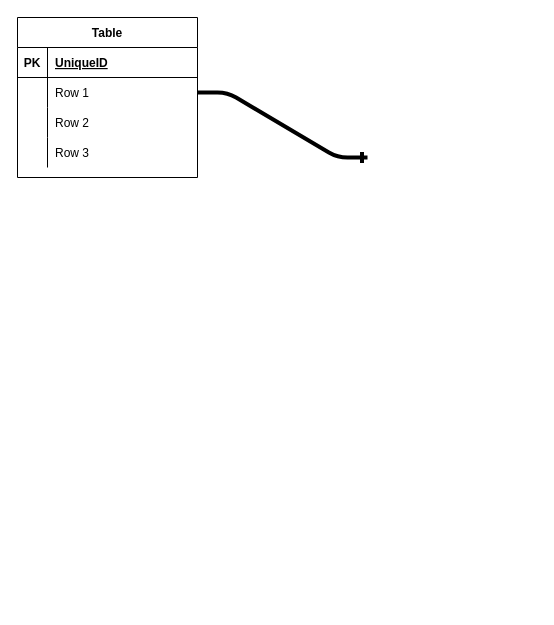
Above: Untitled Diagram.drawio in alan-mak/LiteVote (draw.io), before the change. Source tidied: cells renumbered, new cells numbered last; positions are measured from the earlier drawing's top-left corner, leaving out a move shared by most shapes. Both pictures are drawn from the tidied source at 100%, with x=0, y=0 at pixel (17, 17).
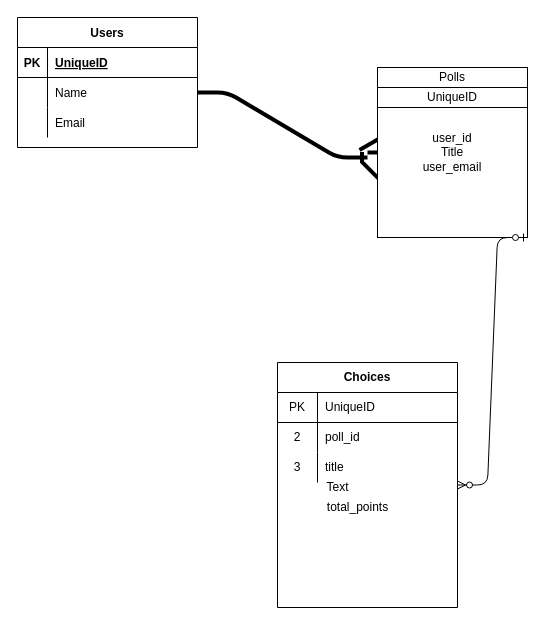
After the change.

Unchanged cells that the change refers to:
```xml
<mxCell id="6" style="shape=partialRectangle;fillColor=none;top=0;left=0;bottom=0;right=0;points=[[0,0.5],[1,0.5]];portConstraint=eastwest;" parent="2" vertex="1">
  <mxGeometry y="60" width="180" height="30" as="geometry" />
</mxCell>
<mxCell id="9" style="shape=partialRectangle;fillColor=none;top=0;left=0;bottom=0;right=0;" parent="2" vertex="1">
  <mxGeometry y="90" width="180" height="30" as="geometry" />
</mxCell>
```

What changed in the source:
```diff
@@
-    <mxCell id="2" value="Table" style="shape=table;startSize=30;childLayout=tableLayout;rowLines=0;fontStyle=1;align=center;" parent="1" vertex="1">
-      <mxGeometry width="180" height="160" as="geometry" />
+    <mxCell id="2" value="Users" style="shape=table;startSize=30;childLayout=tableLayout;rowLines=0;fontStyle=1;align=center;" parent="1" vertex="1">
+      <mxGeometry width="180" height="130" as="geometry" />
     </mxCell>
@@
-    <mxCell id="8" value="Row 1" style="shape=partialRectangle;fillColor=none;top=0;left=0;bottom=0;right=0;align=left;spacingLeft=6;overflow=hidden;" parent="6" vertex="1">
+    <mxCell id="8" value="Name" style="shape=partialRectangle;fillColor=none;top=0;left=0;bottom=0;right=0;align=left;spacingLeft=6;overflow=hidden;" parent="6" vertex="1">
       <mxGeometry x="30" width="150" height="30" as="geometry" />
     </mxCell>
@@
-    <mxCell id="11" value="Row 2" style="shape=partialRectangle;fillColor=none;top=0;left=0;bottom=0;right=0;align=left;spacingLeft=6;overflow=hidden;" parent="9" vertex="1">
+    <mxCell id="11" value="Email" style="shape=partialRectangle;fillColor=none;top=0;left=0;bottom=0;right=0;align=left;spacingLeft=6;overflow=hidden;" parent="9" vertex="1">
       <mxGeometry x="30" width="150" height="30" as="geometry" />
     </mxCell>
-    <mxCell id="12" style="shape=partialRectangle;fillColor=none;top=0;left=0;bottom=0;right=0;" parent="2" vertex="1">
-      <mxGeometry y="120" width="180" height="30" as="geometry" />
-    </mxCell>
-    <mxCell id="13" style="shape=partialRectangle;fillColor=none;top=0;left=0;bottom=0;right=0;overflow=hidden;" parent="12" vertex="1">
-      <mxGeometry width="30" height="30" as="geometry" />
-    </mxCell>
-    <mxCell id="14" value="Row 3" style="shape=partialRectangle;fillColor=none;top=0;left=0;bottom=0;right=0;align=left;spacingLeft=6;overflow=hidden;" parent="12" vertex="1">
-      <mxGeometry x="30" width="150" height="30" as="geometry" />
-    </mxCell>
@@
+    <mxCell id="16" style="line;strokeWidth=4;html=1;perimeter=backbonePerimeter;rotation=-30;" parent="1" vertex="1">
+      <mxGeometry x="340" y="120" width="30" height="10" as="geometry" />
+    </mxCell>
+    <mxCell id="17" style="line;strokeWidth=4;html=1;perimeter=backbonePerimeter;rotation=45;" parent="1" vertex="1">
+      <mxGeometry x="340" y="150" width="30" height="10" as="geometry" />
+    </mxCell>
+    <mxCell id="18" style="line;strokeWidth=4;html=1;perimeter=backbonePerimeter;rotation=0;" parent="1" vertex="1">
+      <mxGeometry x="350" y="130" width="30" height="10" as="geometry" />
+    </mxCell>
+    <mxCell id="19" value="user_id&lt;br&gt;Title&lt;br&gt;user_email" style="rounded=0;whiteSpace=wrap;html=1;" parent="1" vertex="1">
+      <mxGeometry x="360" y="50" width="150" height="170" as="geometry" />
+    </mxCell>
+    <mxCell id="20" value="Polls" style="rounded=0;whiteSpace=wrap;html=1;" parent="1" vertex="1">
+      <mxGeometry x="360" y="50" width="150" height="20" as="geometry" />
+    </mxCell>
+    <mxCell id="21" value="UniqueID" style="rounded=0;whiteSpace=wrap;html=1;" parent="1" vertex="1">
+      <mxGeometry x="360" y="70" width="150" height="20" as="geometry" />
+    </mxCell>
+    <mxCell id="22" style="edgeStyle=orthogonalEdgeStyle;rounded=0;orthogonalLoop=1;jettySize=auto;html=1;exitX=0.5;exitY=1;exitDx=0;exitDy=0;" parent="1" edge="1" source="19" target="19">
+      <mxGeometry relative="1" as="geometry" />
+    </mxCell>
+    <mxCell id="23" style="edgeStyle=entityRelationEdgeStyle;fontSize=12;html=1;endArrow=ERzeroToMany;startArrow=ERzeroToOne;exitX=1;exitY=1;exitDx=0;exitDy=0;" parent="1" edge="1" source="19" target="24">
+      <mxGeometry relative="1" as="geometry" />
+    </mxCell>
+    <mxCell id="24" value="Choices" style="shape=table;html=1;whiteSpace=wrap;startSize=30;childLayout=tableLayout;rowLines=0;fontStyle=1;align=center;" parent="1" vertex="1">
+      <mxGeometry x="260" y="345" width="180" height="245" as="geometry" />
+    </mxCell>
+    <mxCell id="25" style="shape=partialRectangle;html=1;whiteSpace=wrap;fillColor=none;top=0;left=0;bottom=1;right=0;" parent="24" vertex="1">
+      <mxGeometry y="30" width="180" height="30" as="geometry" />
+    </mxCell>
+    <mxCell id="26" value="PK" style="shape=partialRectangle;html=1;whiteSpace=wrap;fillColor=none;top=0;left=0;bottom=0;right=0;overflow=hidden;" parent="25" vertex="1">
+      <mxGeometry width="40" height="30" as="geometry" />
+    </mxCell>
+    <mxCell id="27" value="UniqueID" style="shape=partialRectangle;html=1;whiteSpace=wrap;fillColor=none;top=0;left=0;bottom=0;right=0;align=left;spacingLeft=6;overflow=hidden;" parent="25" vertex="1">
+      <mxGeometry x="40" width="140" height="30" as="geometry" />
+    </mxCell>
+    <mxCell id="28" style="shape=partialRectangle;html=1;whiteSpace=wrap;fillColor=none;top=0;left=0;bottom=0;right=0;" parent="24" vertex="1">
+      <mxGeometry y="60" width="180" height="30" as="geometry" />
+    </mxCell>
+    <mxCell id="29" value="2" style="shape=partialRectangle;html=1;whiteSpace=wrap;fillColor=none;top=0;left=0;bottom=0;right=0;overflow=hidden;" parent="28" vertex="1">
+      <mxGeometry width="40" height="30" as="geometry" />
+    </mxCell>
+    <mxCell id="30" value="poll_id" style="shape=partialRectangle;html=1;whiteSpace=wrap;fillColor=none;top=0;left=0;bottom=0;right=0;align=left;spacingLeft=6;overflow=hidden;" parent="28" vertex="1">
+      <mxGeometry x="40" width="140" height="30" as="geometry" />
+    </mxCell>
+    <mxCell id="31" style="shape=partialRectangle;html=1;whiteSpace=wrap;fillColor=none;top=0;left=0;bottom=0;right=0;" parent="24" vertex="1">
+      <mxGeometry y="90" width="180" height="30" as="geometry" />
+    </mxCell>
+    <mxCell id="32" value="3" style="shape=partialRectangle;html=1;whiteSpace=wrap;fillColor=none;top=0;left=0;bottom=0;right=0;overflow=hidden;" parent="31" vertex="1">
+      <mxGeometry width="40" height="30" as="geometry" />
+    </mxCell>
+    <mxCell id="33" value="title" style="shape=partialRectangle;html=1;whiteSpace=wrap;fillColor=none;top=0;left=0;bottom=0;right=0;align=left;spacingLeft=6;overflow=hidden;" parent="31" vertex="1">
+      <mxGeometry x="40" width="140" height="30" as="geometry" />
+    </mxCell>
+    <mxCell id="34" value="Text&lt;br&gt;" style="text;html=1;align=center;verticalAlign=middle;" parent="1" vertex="1">
+      <mxGeometry x="300" y="460" width="40" height="20" as="geometry" />
+    </mxCell>
+    <mxCell id="35" value="total_points" style="text;html=1;align=center;verticalAlign=middle;" parent="1" vertex="1">
+      <mxGeometry x="300" y="480" width="80" height="20" as="geometry" />
+    </mxCell>
```
